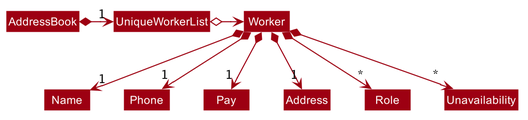
Before: docs/images/WorkerClassDiagram.png, a diagram exported from PlantUML (wakululuu/tp).
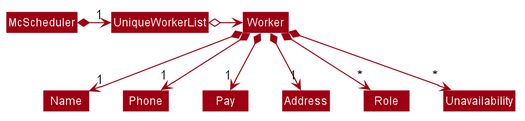
The same diagram one commit later.

Change to the diagram source:
```diff
@@ -17,6 +17,8 @@
     BorderColor #FFFFFF
     StereotypeFontColor #FFFFFF
     FontName Arial
+    AttributeFontColor #FFFFFF
+    AttributeFontName Arial
 }
 
 skinparam Actor {
@@ -45,13 +47,13 @@
 skinparam packageStyle Rectangle
 
 hide footbox
-hide members
+hide empty members
 hide circle
 skinparam arrowThickness 1.1
 skinparam arrowColor #9D0012
 skinparam classBackgroundColor #9D0012
 
-AddressBook *-right-> "1" UniqueWorkerList
+McScheduler *-right-> "1" UniqueWorkerList
 
 UniqueWorkerList o-right-> Worker
 
```
